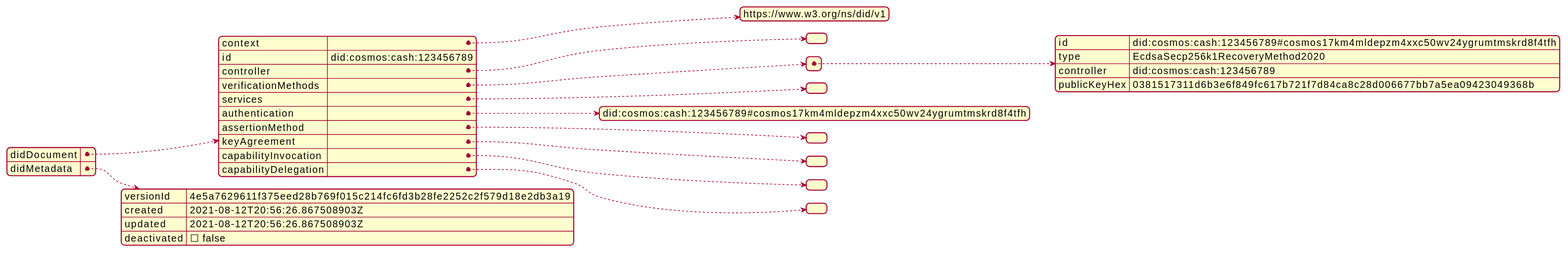
This is x/did/docs/assets/QueryDidDocumentResponse_Cosmos.svg from allinbits/cosmos-cash, a PlantUML export, as it was before one commit.
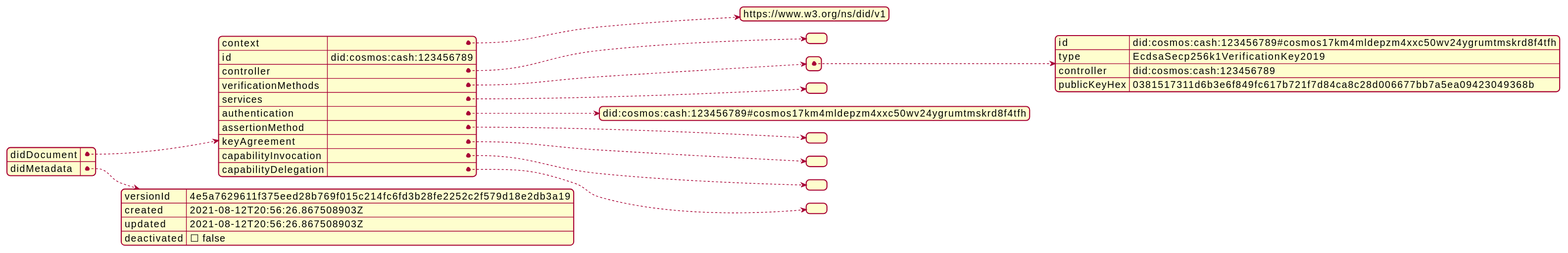
The same diagram one commit later.

Commit message:
chore: use EcdsaSecp256k1VerificationKey2019 as vm type (#221)

Diff of the diagram source:
```diff
@@ -12,7 +12,7 @@
     "verificationMethods": [
       {
         "id": "did:cosmos:cash:123456789#cosmos17km4mldepzm4xxc50wv24ygrumtmskrd8f4tfh",
-        "type": "EcdsaSecp256k1RecoveryMethod2020",
+        "type": "EcdsaSecp256k1VerificationKey2019",
         "controller": "did:cosmos:cash:123456789",
         "publicKeyHex": "0381517311d6b3e6f849fc617b721f7d84ca8c28d006677bb7a5ea09423049368b"
       }
```
